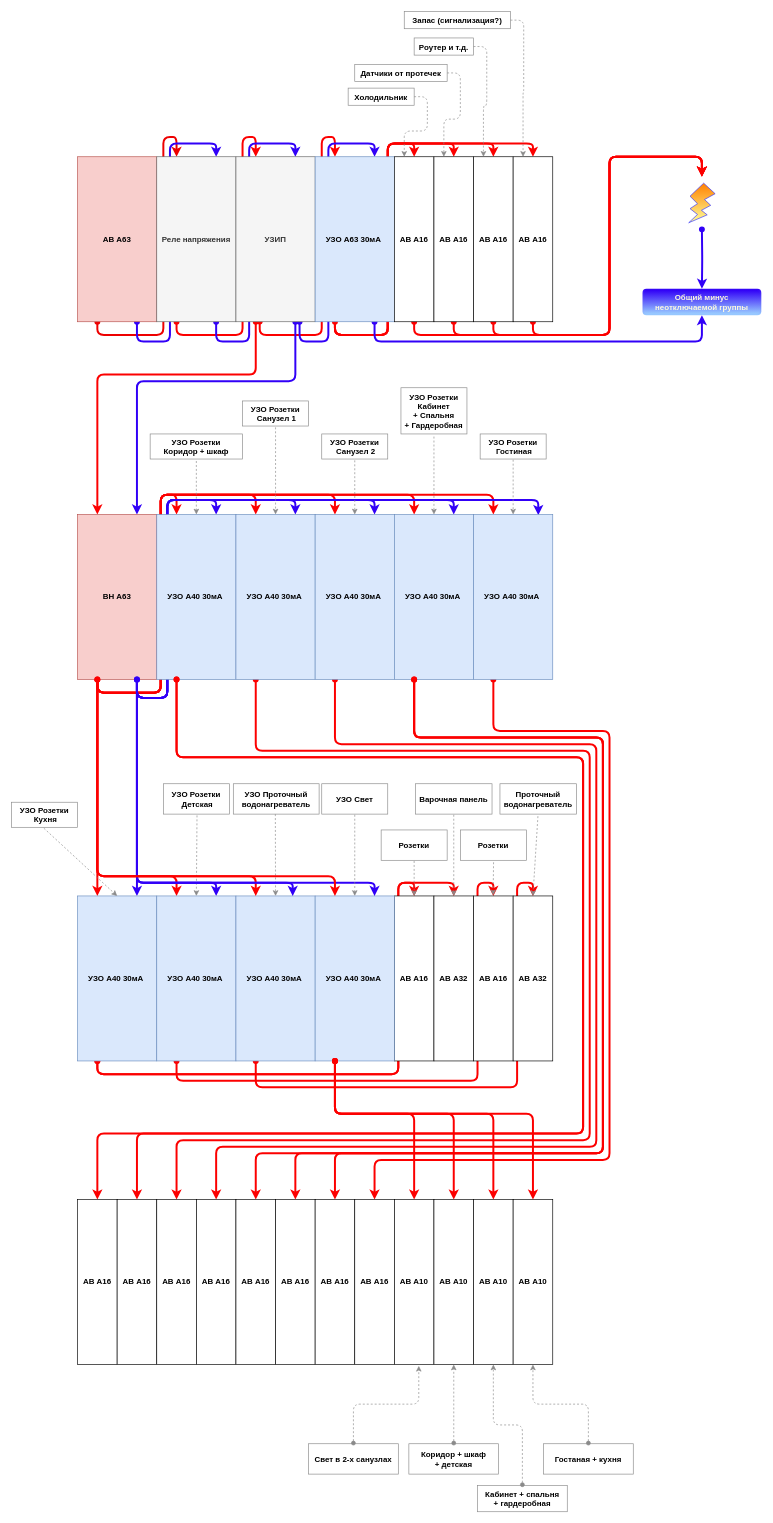
Earlier version of the draw.io diagram Untitled Diagram.drawio (Blisart/ESB). Source tidied: cells renumbered, new cells numbered last; positions are measured from the earlier drawing's top-left corner, leaving out a move shared by most shapes. Both pictures are drawn from the tidied source at 66%, with x=0, y=0 at pixel (11, 11).
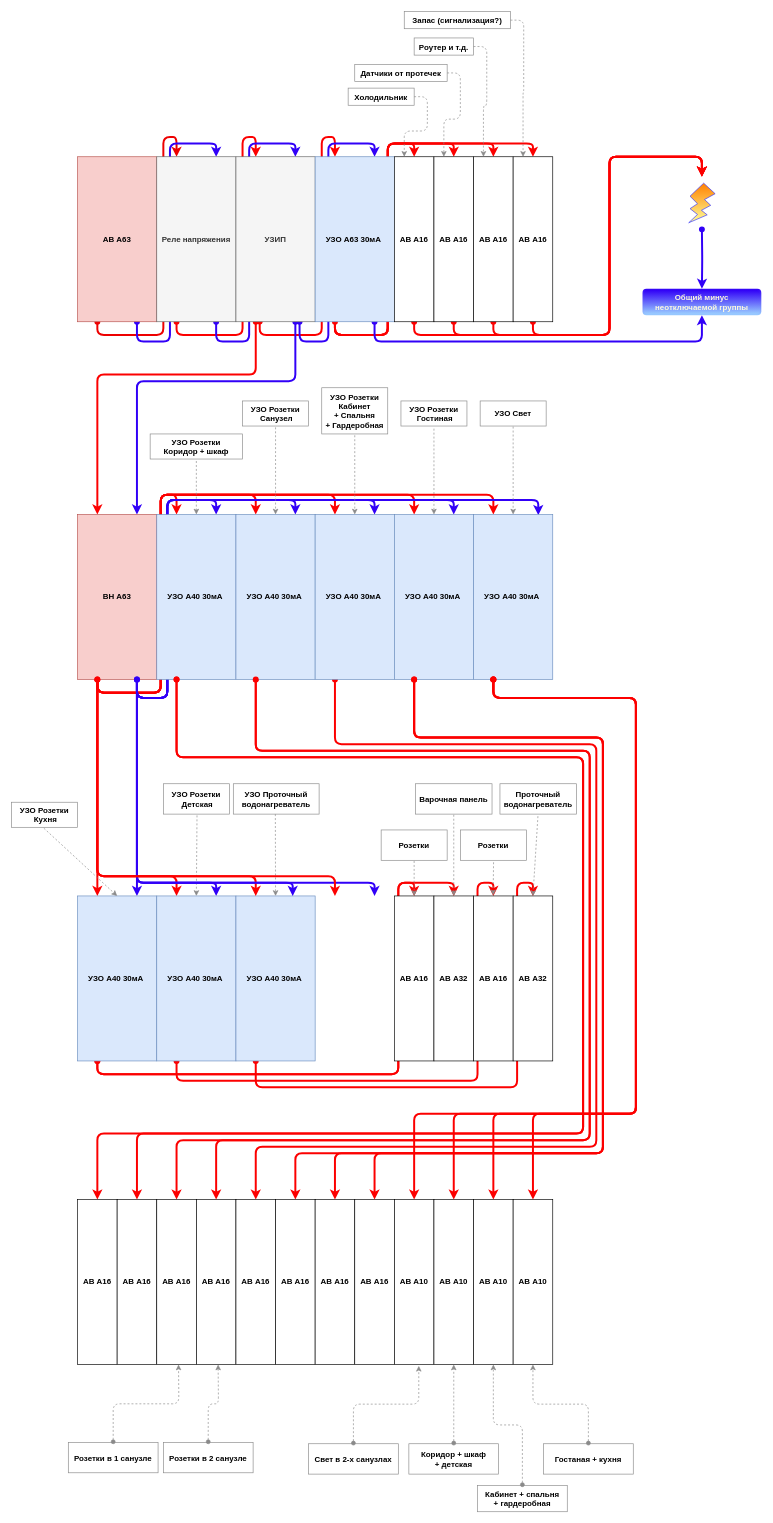
The same diagram, later.

Unchanged cells that the change refers to:
```xml
<mxCell id="51" value="ВН А63" style="whiteSpace=wrap;html=1;fillColor=#f8cecc;strokeColor=#b85450;fontStyle=1;" parent="1" vertex="1">
  <mxGeometry x="100" y="762" width="120" height="250" as="geometry" />
</mxCell>
<mxCell id="54" value="УЗО А40 30мА&amp;nbsp;" style="whiteSpace=wrap;html=1;fillColor=#dae8fc;strokeColor=#6c8ebf;fontStyle=1;" parent="1" vertex="1">
  <mxGeometry x="340" y="762" width="120" height="250" as="geometry" />
</mxCell>
<mxCell id="56" value="УЗО А40 30мА&amp;nbsp;" style="whiteSpace=wrap;html=1;fillColor=#dae8fc;strokeColor=#6c8ebf;fontStyle=1;" parent="1" vertex="1">
  <mxGeometry x="460" y="762" width="120" height="250" as="geometry" />
</mxCell>
<mxCell id="58" value="УЗО А40 30мА&amp;nbsp;" style="whiteSpace=wrap;html=1;fillColor=#dae8fc;strokeColor=#6c8ebf;fontStyle=1;" parent="1" vertex="1">
  <mxGeometry x="580" y="762" width="120" height="250" as="geometry" />
</mxCell>
<mxCell id="61" value="УЗО А40 30мА&amp;nbsp;" style="whiteSpace=wrap;html=1;fillColor=#dae8fc;strokeColor=#6c8ebf;fontStyle=1;" parent="1" vertex="1">
  <mxGeometry x="700" y="762" width="120" height="250" as="geometry" />
</mxCell>
<mxCell id="87" value="АВ А16" style="whiteSpace=wrap;html=1;fontStyle=1;" parent="1" vertex="1">
  <mxGeometry x="280" y="1800" width="60" height="250" as="geometry" />
</mxCell>
<mxCell id="88" value="АВ А16" style="whiteSpace=wrap;html=1;fontStyle=1;" parent="1" vertex="1">
  <mxGeometry x="340" y="1800" width="60" height="250" as="geometry" />
</mxCell>
<mxCell id="89" value="АВ А16" style="whiteSpace=wrap;html=1;fontStyle=1;" parent="1" vertex="1">
  <mxGeometry x="400" y="1800" width="60" height="250" as="geometry" />
</mxCell>
<mxCell id="90" value="АВ А16" style="whiteSpace=wrap;html=1;fontStyle=1;" parent="1" vertex="1">
  <mxGeometry x="460" y="1800" width="60" height="250" as="geometry" />
</mxCell>
<mxCell id="91" value="АВ А16" style="whiteSpace=wrap;html=1;fontStyle=1;" parent="1" vertex="1">
  <mxGeometry x="520" y="1800" width="60" height="250" as="geometry" />
</mxCell>
<mxCell id="92" value="АВ А10" style="whiteSpace=wrap;html=1;fontStyle=1;" parent="1" vertex="1">
  <mxGeometry x="580" y="1800" width="60" height="250" as="geometry" />
</mxCell>
<mxCell id="93" value="АВ А10" style="whiteSpace=wrap;html=1;fontStyle=1;" parent="1" vertex="1">
  <mxGeometry x="640" y="1800" width="60" height="250" as="geometry" />
</mxCell>
<mxCell id="94" value="АВ А10" style="whiteSpace=wrap;html=1;fontStyle=1;" parent="1" vertex="1">
  <mxGeometry x="700" y="1800" width="60" height="250" as="geometry" />
</mxCell>
<mxCell id="95" value="АВ А10" style="whiteSpace=wrap;html=1;fontStyle=1;" parent="1" vertex="1">
  <mxGeometry x="760" y="1800" width="60" height="250" as="geometry" />
</mxCell>
```

What changed in the source:
```diff
@@
-    <mxCell id="55" style="edgeStyle=orthogonalEdgeStyle;rounded=1;jettySize=auto;html=1;exitX=0.25;exitY=1;exitDx=0;exitDy=0;entryX=0.5;entryY=0;entryDx=0;entryDy=0;startArrow=oval;startFill=1;strokeColor=#FC0000;strokeWidth=3;fillColor=#BC6C25;fontColor=#FEFAE0;" parent="1" edge="1" source="56" target="87">
+    <mxCell id="55" style="edgeStyle=orthogonalEdgeStyle;rounded=1;jettySize=auto;html=1;exitX=0.25;exitY=1;exitDx=0;exitDy=0;entryX=0.5;entryY=0;entryDx=0;entryDy=0;startArrow=oval;startFill=1;strokeColor=#FC0000;strokeWidth=3;fillColor=#BC6C25;fontColor=#FEFAE0;" parent="1" edge="1" source="56" target="88">
       <mxGeometry relative="1" as="geometry">
         <Array as="points">
           <mxPoint x="490" y="1110" />
           <mxPoint x="886" y="1110" />
           <mxPoint x="886" y="1720" />
-          <mxPoint x="310" y="1720" />
+          <mxPoint x="370" y="1720" />
         </Array>
       </mxGeometry>
     </mxCell>
@@
-    <mxCell id="57" style="edgeStyle=orthogonalEdgeStyle;rounded=1;jettySize=auto;html=1;exitX=0.25;exitY=1;exitDx=0;exitDy=0;entryX=0.5;entryY=0;entryDx=0;entryDy=0;startArrow=oval;startFill=1;strokeColor=#FC0000;strokeWidth=3;fillColor=#BC6C25;fontColor=#FEFAE0;" parent="1" edge="1" source="58" target="88">
+    <mxCell id="57" style="edgeStyle=orthogonalEdgeStyle;rounded=1;jettySize=auto;html=1;exitX=0.25;exitY=1;exitDx=0;exitDy=0;entryX=0.5;entryY=0;entryDx=0;entryDy=0;startArrow=oval;startFill=1;strokeColor=#FC0000;strokeWidth=3;fillColor=#BC6C25;fontColor=#FEFAE0;" parent="1" edge="1" source="58" target="89">
       <mxGeometry relative="1" as="geometry">
         <Array as="points">
           <mxPoint x="610" y="1100" />
           <mxPoint x="896" y="1100" />
           <mxPoint x="896" y="1730" />
-          <mxPoint x="370" y="1730" />
+          <mxPoint x="430" y="1730" />
         </Array>
       </mxGeometry>
     </mxCell>
@@
-    <mxCell id="60" style="edgeStyle=orthogonalEdgeStyle;rounded=1;jettySize=auto;html=1;exitX=0.25;exitY=1;exitDx=0;exitDy=0;entryX=0.5;entryY=0;entryDx=0;entryDy=0;startArrow=oval;startFill=1;strokeColor=#FC0000;strokeWidth=3;fillColor=#BC6C25;fontColor=#FEFAE0;" parent="1" edge="1" source="61" target="91">
-      <mxGeometry relative="1" as="geometry">
-        <Array as="points">
-          <mxPoint x="730" y="1090" />
-          <mxPoint x="906" y="1090" />
-          <mxPoint x="906" y="1740" />
-          <mxPoint x="550" y="1740" />
-        </Array>
-      </mxGeometry>
-    </mxCell>
@@
-    <mxCell id="67" value="УЗО Розетки&#10; Санузел 1" style="text;align=center;fontStyle=1;verticalAlign=middle;spacingLeft=3;spacingRight=3;strokeWidth=1;perimeterSpacing=0;glass=0;shadow=0;strokeColor=#8A8A8A;" parent="1" vertex="1">
+    <mxCell id="67" value="УЗО Розетки&#10; Санузел" style="text;align=center;fontStyle=1;verticalAlign=middle;spacingLeft=3;spacingRight=3;strokeWidth=1;perimeterSpacing=0;glass=0;shadow=0;strokeColor=#8A8A8A;" parent="1" vertex="1">
       <mxGeometry x="350" y="590" width="100" height="38" as="geometry" />
     </mxCell>
-    <mxCell id="68" value="УЗО Розетки&#10; Санузел 2" style="text;align=center;fontStyle=1;verticalAlign=middle;spacingLeft=3;spacingRight=3;strokeWidth=1;perimeterSpacing=0;glass=0;shadow=0;strokeColor=#8A8A8A;" parent="1" vertex="1">
-      <mxGeometry x="470" y="640" width="100" height="38" as="geometry" />
-    </mxCell>
     <mxCell id="69" value="УЗО Розетки&#10;Кабинет &#10;+ Спальня &#10;+ Гардеробная" style="text;align=center;fontStyle=1;verticalAlign=middle;spacingLeft=3;spacingRight=3;points=[[0,0.5],[1,0.5]];portConstraint=eastwest;strokeWidth=1;perimeterSpacing=0;glass=0;shadow=0;strokeColor=#8A8A8A;" parent="1" vertex="1">
-      <mxGeometry x="590" y="570" width="100" height="70" as="geometry" />
+      <mxGeometry x="470" y="570" width="100" height="70" as="geometry" />
     </mxCell>
     <mxCell id="70" value="УЗО Розетки&#10; Гостиная" style="text;align=center;fontStyle=1;verticalAlign=middle;spacingLeft=3;spacingRight=3;points=[[0,0.5],[1,0.5]];portConstraint=eastwest;strokeWidth=1;perimeterSpacing=0;glass=0;shadow=0;strokeColor=#8A8A8A;" parent="1" vertex="1">
-      <mxGeometry x="710" y="640" width="100" height="38" as="geometry" />
+      <mxGeometry x="590" y="590" width="100" height="38" as="geometry" />
     </mxCell>
@@
-    <mxCell id="75" style="endArrow=classic;html=1;dashed=1;strokeColor=#8A8A8A;strokeWidth=1;entryX=0.5;entryY=0;entryDx=0;entryDy=0;fontStyle=1;" parent="1" edge="1" target="56">
-      <mxGeometry relative="1" as="geometry">
-        <mxPoint x="520" y="680" as="sourcePoint" />
-      </mxGeometry>
-    </mxCell>
-    <mxCell id="76" style="endArrow=classic;html=1;dashed=1;strokeColor=#8A8A8A;strokeWidth=1;entryX=0.5;entryY=0;entryDx=0;entryDy=0;fontStyle=1;" parent="1" edge="1" target="58">
-      <mxGeometry relative="1" as="geometry">
-        <mxPoint x="640" y="644" as="sourcePoint" />
-      </mxGeometry>
+    <mxCell id="76" style="endArrow=classic;html=1;dashed=1;strokeColor=#8A8A8A;strokeWidth=1;entryX=0.5;entryY=0;entryDx=0;entryDy=0;fontStyle=1;exitX=0.5;exitY=1.029;exitDx=0;exitDy=0;exitPerimeter=0;" parent="1" edge="1" source="69" target="56">
+      <mxGeometry relative="1" as="geometry" />
     </mxCell>
-    <mxCell id="77" style="endArrow=classic;html=1;dashed=1;strokeColor=#8A8A8A;strokeWidth=1;entryX=0.5;entryY=0;entryDx=0;entryDy=0;fontStyle=1;" parent="1" edge="1" target="61">
-      <mxGeometry relative="1" as="geometry">
-        <mxPoint x="760" y="679" as="sourcePoint" />
-      </mxGeometry>
+    <mxCell id="77" style="endArrow=classic;html=1;dashed=1;strokeColor=#8A8A8A;strokeWidth=1;entryX=0.5;entryY=0;entryDx=0;entryDy=0;fontStyle=1;exitX=0.5;exitY=1.105;exitDx=0;exitDy=0;exitPerimeter=0;" parent="1" edge="1" source="70" target="58">
+      <mxGeometry relative="1" as="geometry" />
     </mxCell>
@@
-    <mxCell id="101" style="edgeStyle=orthogonalEdgeStyle;rounded=1;jettySize=auto;html=1;exitX=0.25;exitY=1;exitDx=0;exitDy=0;startArrow=oval;startFill=1;strokeColor=#FC0000;strokeWidth=3;fillColor=#BC6C25;fontColor=#FEFAE0;" parent="1" edge="1" source="102" target="92">
+    <mxCell id="101" style="edgeStyle=orthogonalEdgeStyle;rounded=1;jettySize=auto;html=1;startArrow=oval;startFill=1;strokeColor=#FC0000;strokeWidth=3;fillColor=#BC6C25;fontColor=#FEFAE0;exitX=0.25;exitY=1;exitDx=0;exitDy=0;" parent="1" edge="1" source="61" target="92">
       <mxGeometry relative="1" as="geometry">
         <Array as="points">
-          <mxPoint x="490" y="1670" />
+          <mxPoint x="730" y="1040" />
+          <mxPoint x="946" y="1040" />
+          <mxPoint x="946" y="1670" />
           <mxPoint x="610" y="1670" />
         </Array>
       </mxGeometry>
     </mxCell>
-    <mxCell id="102" value="УЗО А40 30мА&amp;nbsp;" style="whiteSpace=wrap;html=1;fillColor=#dae8fc;strokeColor=#6c8ebf;fontStyle=1;" parent="1" vertex="1">
-      <mxGeometry x="460" y="1340" width="120" height="250" as="geometry" />
-    </mxCell>
-    <mxCell id="103" style="edgeStyle=orthogonalEdgeStyle;jettySize=auto;html=1;exitX=0.75;exitY=1;exitDx=0;exitDy=0;strokeColor=#3100F7;strokeWidth=3;startArrow=oval;startFill=1;entryX=0.75;entryY=0;entryDx=0;entryDy=0;fontStyle=1;" parent="1" edge="1" source="51" target="102">
+    <mxCell id="103" style="edgeStyle=orthogonalEdgeStyle;jettySize=auto;html=1;exitX=0.75;exitY=1;exitDx=0;exitDy=0;strokeColor=#3100F7;strokeWidth=3;startArrow=oval;startFill=1;entryX=0.75;entryY=0;entryDx=0;entryDy=0;fontStyle=1;" parent="1" edge="1" source="51">
       <mxGeometry relative="1" as="geometry">
+        <mxPoint x="550" y="1340" as="targetPoint" />
         <Array as="points">
           <mxPoint x="190" y="1320" />
           <mxPoint x="550" y="1320" />
         </Array>
       </mxGeometry>
     </mxCell>
-    <mxCell id="104" style="edgeStyle=orthogonalEdgeStyle;jettySize=auto;html=1;exitX=0.25;exitY=1;exitDx=0;exitDy=0;entryX=0.25;entryY=0;entryDx=0;entryDy=0;strokeWidth=3;strokeColor=#FC0000;startArrow=oval;startFill=1;fontStyle=1;" parent="1" edge="1" source="51" target="102">
+    <mxCell id="104" style="edgeStyle=orthogonalEdgeStyle;jettySize=auto;html=1;exitX=0.25;exitY=1;exitDx=0;exitDy=0;entryX=0.25;entryY=0;entryDx=0;entryDy=0;strokeWidth=3;strokeColor=#FC0000;startArrow=oval;startFill=1;fontStyle=1;" parent="1" edge="1" source="51">
       <mxGeometry relative="1" as="geometry">
+        <mxPoint x="490" y="1340" as="targetPoint" />
         <Array as="points">
           <mxPoint x="130" y="1310" />
           <mxPoint x="490" y="1310" />
         </Array>
       </mxGeometry>
     </mxCell>
     <mxCell id="105" value="УЗО Свет" style="text;align=center;fontStyle=1;verticalAlign=middle;spacingLeft=3;spacingRight=3;points=[[0,0.5],[1,0.5]];portConstraint=eastwest;strokeWidth=1;perimeterSpacing=0;glass=0;shadow=0;strokeColor=#8A8A8A;" parent="1" vertex="1">
-      <mxGeometry x="470" y="1170" width="100" height="46" as="geometry" />
+      <mxGeometry x="710" y="590" width="100" height="38" as="geometry" />
     </mxCell>
-    <mxCell id="106" style="endArrow=classic;html=1;dashed=1;strokeColor=#8A8A8A;strokeWidth=1;entryX=0.5;entryY=0;entryDx=0;entryDy=0;exitX=0.5;exitY=1.022;exitDx=0;exitDy=0;exitPerimeter=0;fontStyle=1;" parent="1" edge="1" source="105" target="102">
-      <mxGeometry relative="1" as="geometry" />
+    <mxCell id="106" style="endArrow=classic;html=1;dashed=1;strokeColor=#8A8A8A;strokeWidth=1;entryX=0.5;entryY=0;entryDx=0;entryDy=0;exitX=0.5;exitY=1.022;exitDx=0;exitDy=0;exitPerimeter=0;fontStyle=1;" parent="1" edge="1" source="105">
+      <mxGeometry relative="1" as="geometry">
+        <mxPoint x="760" y="762" as="targetPoint" />
+      </mxGeometry>
     </mxCell>
@@
-    <mxCell id="119" style="edgeStyle=orthogonalEdgeStyle;rounded=1;jettySize=auto;html=1;exitX=0.25;exitY=1;exitDx=0;exitDy=0;entryX=0.5;entryY=0;entryDx=0;entryDy=0;startArrow=oval;startFill=1;strokeColor=#FC0000;strokeWidth=3;fillColor=#BC6C25;fontColor=#FEFAE0;" parent="1" edge="1" source="58" target="89">
+    <mxCell id="119" style="edgeStyle=orthogonalEdgeStyle;rounded=1;jettySize=auto;html=1;exitX=0.25;exitY=1;exitDx=0;exitDy=0;entryX=0.5;entryY=0;entryDx=0;entryDy=0;startArrow=oval;startFill=1;strokeColor=#FC0000;strokeWidth=3;fillColor=#BC6C25;fontColor=#FEFAE0;" parent="1" edge="1" source="58" target="90">
       <mxGeometry relative="1" as="geometry">
         <Array as="points">
           <mxPoint x="610" y="1100" />
           <mxPoint x="896" y="1100" />
           <mxPoint x="896" y="1730" />
-          <mxPoint x="430" y="1730" />
+          <mxPoint x="490" y="1730" />
         </Array>
       </mxGeometry>
     </mxCell>
-    <mxCell id="120" style="edgeStyle=orthogonalEdgeStyle;rounded=1;jettySize=auto;html=1;exitX=0.25;exitY=1;exitDx=0;exitDy=0;entryX=0.5;entryY=0;entryDx=0;entryDy=0;startArrow=oval;startFill=1;strokeColor=#FC0000;strokeWidth=3;fillColor=#BC6C25;fontColor=#FEFAE0;" parent="1" edge="1" source="58" target="90">
+    <mxCell id="120" style="edgeStyle=orthogonalEdgeStyle;rounded=1;jettySize=auto;html=1;exitX=0.25;exitY=1;exitDx=0;exitDy=0;entryX=0.5;entryY=0;entryDx=0;entryDy=0;startArrow=oval;startFill=1;strokeColor=#FC0000;strokeWidth=3;fillColor=#BC6C25;fontColor=#FEFAE0;" parent="1" edge="1" source="58" target="91">
       <mxGeometry relative="1" as="geometry">
         <Array as="points">
           <mxPoint x="610" y="1100" />
           <mxPoint x="896" y="1100" />
           <mxPoint x="896" y="1730" />
-          <mxPoint x="490" y="1730" />
+          <mxPoint x="550" y="1730" />
         </Array>
       </mxGeometry>
     </mxCell>
-    <mxCell id="121" style="edgeStyle=orthogonalEdgeStyle;rounded=1;jettySize=auto;html=1;exitX=0.25;exitY=1;exitDx=0;exitDy=0;startArrow=oval;startFill=1;strokeColor=#FC0000;strokeWidth=3;fillColor=#BC6C25;fontColor=#FEFAE0;entryX=0.5;entryY=0;entryDx=0;entryDy=0;" parent="1" edge="1" source="102" target="93">
+    <mxCell id="121" style="edgeStyle=orthogonalEdgeStyle;rounded=1;jettySize=auto;html=1;startArrow=oval;startFill=1;strokeColor=#FC0000;strokeWidth=3;fillColor=#BC6C25;fontColor=#FEFAE0;entryX=0.5;entryY=0;entryDx=0;entryDy=0;exitX=0.25;exitY=1;exitDx=0;exitDy=0;" parent="1" edge="1" source="61" target="93">
       <mxGeometry relative="1" as="geometry">
         <Array as="points">
-          <mxPoint x="490" y="1670" />
+          <mxPoint x="730" y="1040" />
+          <mxPoint x="946" y="1040" />
+          <mxPoint x="946" y="1670" />
           <mxPoint x="670" y="1670" />
         </Array>
       </mxGeometry>
     </mxCell>
-    <mxCell id="122" style="edgeStyle=orthogonalEdgeStyle;rounded=1;jettySize=auto;html=1;exitX=0.25;exitY=1;exitDx=0;exitDy=0;startArrow=oval;startFill=1;strokeColor=#FC0000;strokeWidth=3;fillColor=#BC6C25;fontColor=#FEFAE0;entryX=0.5;entryY=0;entryDx=0;entryDy=0;" parent="1" edge="1" source="102" target="94">
+    <mxCell id="122" style="edgeStyle=orthogonalEdgeStyle;rounded=1;jettySize=auto;html=1;startArrow=oval;startFill=1;strokeColor=#FC0000;strokeWidth=3;fillColor=#BC6C25;fontColor=#FEFAE0;entryX=0.5;entryY=0;entryDx=0;entryDy=0;exitX=0.25;exitY=1;exitDx=0;exitDy=0;" parent="1" edge="1" source="61" target="94">
       <mxGeometry relative="1" as="geometry">
         <Array as="points">
-          <mxPoint x="490" y="1670" />
+          <mxPoint x="730" y="1040" />
+          <mxPoint x="946" y="1040" />
+          <mxPoint x="946" y="1670" />
           <mxPoint x="730" y="1670" />
         </Array>
       </mxGeometry>
     </mxCell>
-    <mxCell id="123" style="edgeStyle=orthogonalEdgeStyle;rounded=1;jettySize=auto;html=1;exitX=0.25;exitY=1;exitDx=0;exitDy=0;startArrow=oval;startFill=1;strokeColor=#FC0000;strokeWidth=3;fillColor=#BC6C25;fontColor=#FEFAE0;entryX=0.5;entryY=0;entryDx=0;entryDy=0;" parent="1" edge="1" source="102" target="95">
+    <mxCell id="123" style="edgeStyle=orthogonalEdgeStyle;rounded=1;jettySize=auto;html=1;exitX=0.25;exitY=1;exitDx=0;exitDy=0;startArrow=oval;startFill=1;strokeColor=#FC0000;strokeWidth=3;fillColor=#BC6C25;fontColor=#FEFAE0;entryX=0.5;entryY=0;entryDx=0;entryDy=0;" parent="1" edge="1" source="61" target="95">
       <mxGeometry relative="1" as="geometry">
         <Array as="points">
-          <mxPoint x="490" y="1670" />
+          <mxPoint x="730" y="1040" />
+          <mxPoint x="946" y="1040" />
+          <mxPoint x="946" y="1670" />
           <mxPoint x="790" y="1670" />
         </Array>
       </mxGeometry>
     </mxCell>
@@
+    <mxCell id="132" style="edgeStyle=orthogonalEdgeStyle;rounded=1;jettySize=auto;html=1;exitX=0.25;exitY=1;exitDx=0;exitDy=0;startArrow=oval;startFill=1;strokeColor=#FC0000;strokeWidth=3;fillColor=#BC6C25;fontColor=#FEFAE0;entryX=0.5;entryY=0;entryDx=0;entryDy=0;" parent="1" edge="1" source="54" target="87">
+      <mxGeometry relative="1" as="geometry">
+        <Array as="points">
+          <mxPoint x="370" y="1120" />
+          <mxPoint x="876" y="1120" />
+          <mxPoint x="876" y="1710" />
+          <mxPoint x="310" y="1710" />
+        </Array>
+      </mxGeometry>
+    </mxCell>
+    <mxCell id="133" style="edgeStyle=orthogonalEdgeStyle;rounded=1;jettySize=auto;html=1;entryX=0.617;entryY=1.008;entryDx=0;entryDy=0;entryPerimeter=0;startArrow=oval;startFill=1;strokeWidth=1;fillColor=#BC6C25;fontColor=#FEFAE0;exitX=0.5;exitY=-0.022;exitDx=0;exitDy=0;exitPerimeter=0;strokeColor=#8A8A8A;dashed=1;" parent="1" edge="1" source="134">
+      <mxGeometry relative="1" as="geometry">
+        <mxPoint x="253" y="2050" as="targetPoint" />
+      </mxGeometry>
+    </mxCell>
+    <mxCell id="134" value="Розетки в 1 санузле" style="text;align=center;fontStyle=1;verticalAlign=middle;spacingLeft=3;spacingRight=3;points=[[0,0.5],[1,0.5]];portConstraint=eastwest;strokeWidth=1;perimeterSpacing=0;glass=0;shadow=0;strokeColor=#8A8A8A;" parent="1" vertex="1">
+      <mxGeometry x="86" y="2168" width="136" height="46" as="geometry" />
+    </mxCell>
+    <mxCell id="135" style="edgeStyle=orthogonalEdgeStyle;rounded=1;jettySize=auto;html=1;entryX=0.617;entryY=1.008;entryDx=0;entryDy=0;entryPerimeter=0;startArrow=oval;startFill=1;strokeWidth=1;fillColor=#BC6C25;fontColor=#FEFAE0;exitX=0.5;exitY=-0.022;exitDx=0;exitDy=0;exitPerimeter=0;strokeColor=#8A8A8A;dashed=1;" parent="1" edge="1" source="136">
+      <mxGeometry relative="1" as="geometry">
+        <mxPoint x="313" y="2050" as="targetPoint" />
+      </mxGeometry>
+    </mxCell>
+    <mxCell id="136" value="Розетки в 2 санузле" style="text;align=center;fontStyle=1;verticalAlign=middle;spacingLeft=3;spacingRight=3;points=[[0,0.5],[1,0.5]];portConstraint=eastwest;strokeWidth=1;perimeterSpacing=0;glass=0;shadow=0;strokeColor=#8A8A8A;" parent="1" vertex="1">
+      <mxGeometry x="230" y="2168" width="136" height="46" as="geometry" />
+    </mxCell>
```
